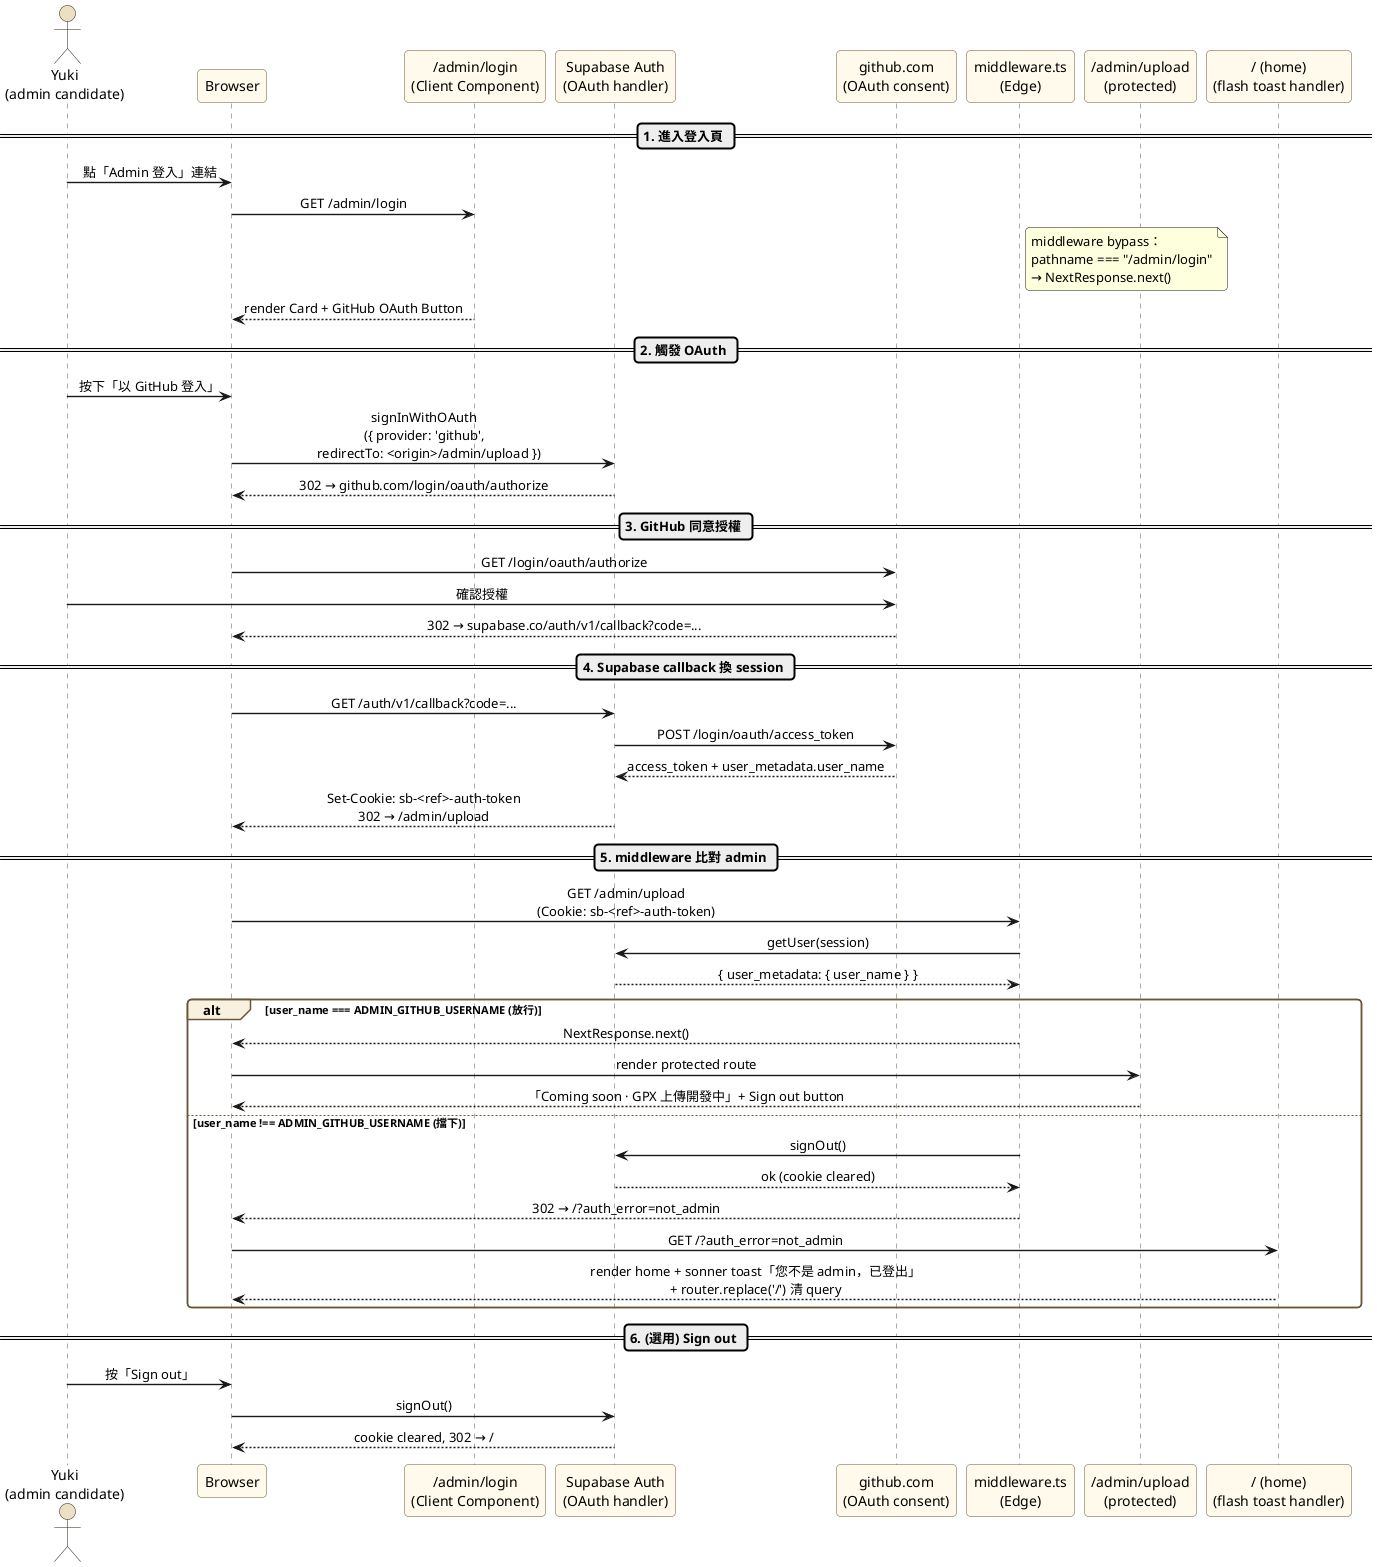
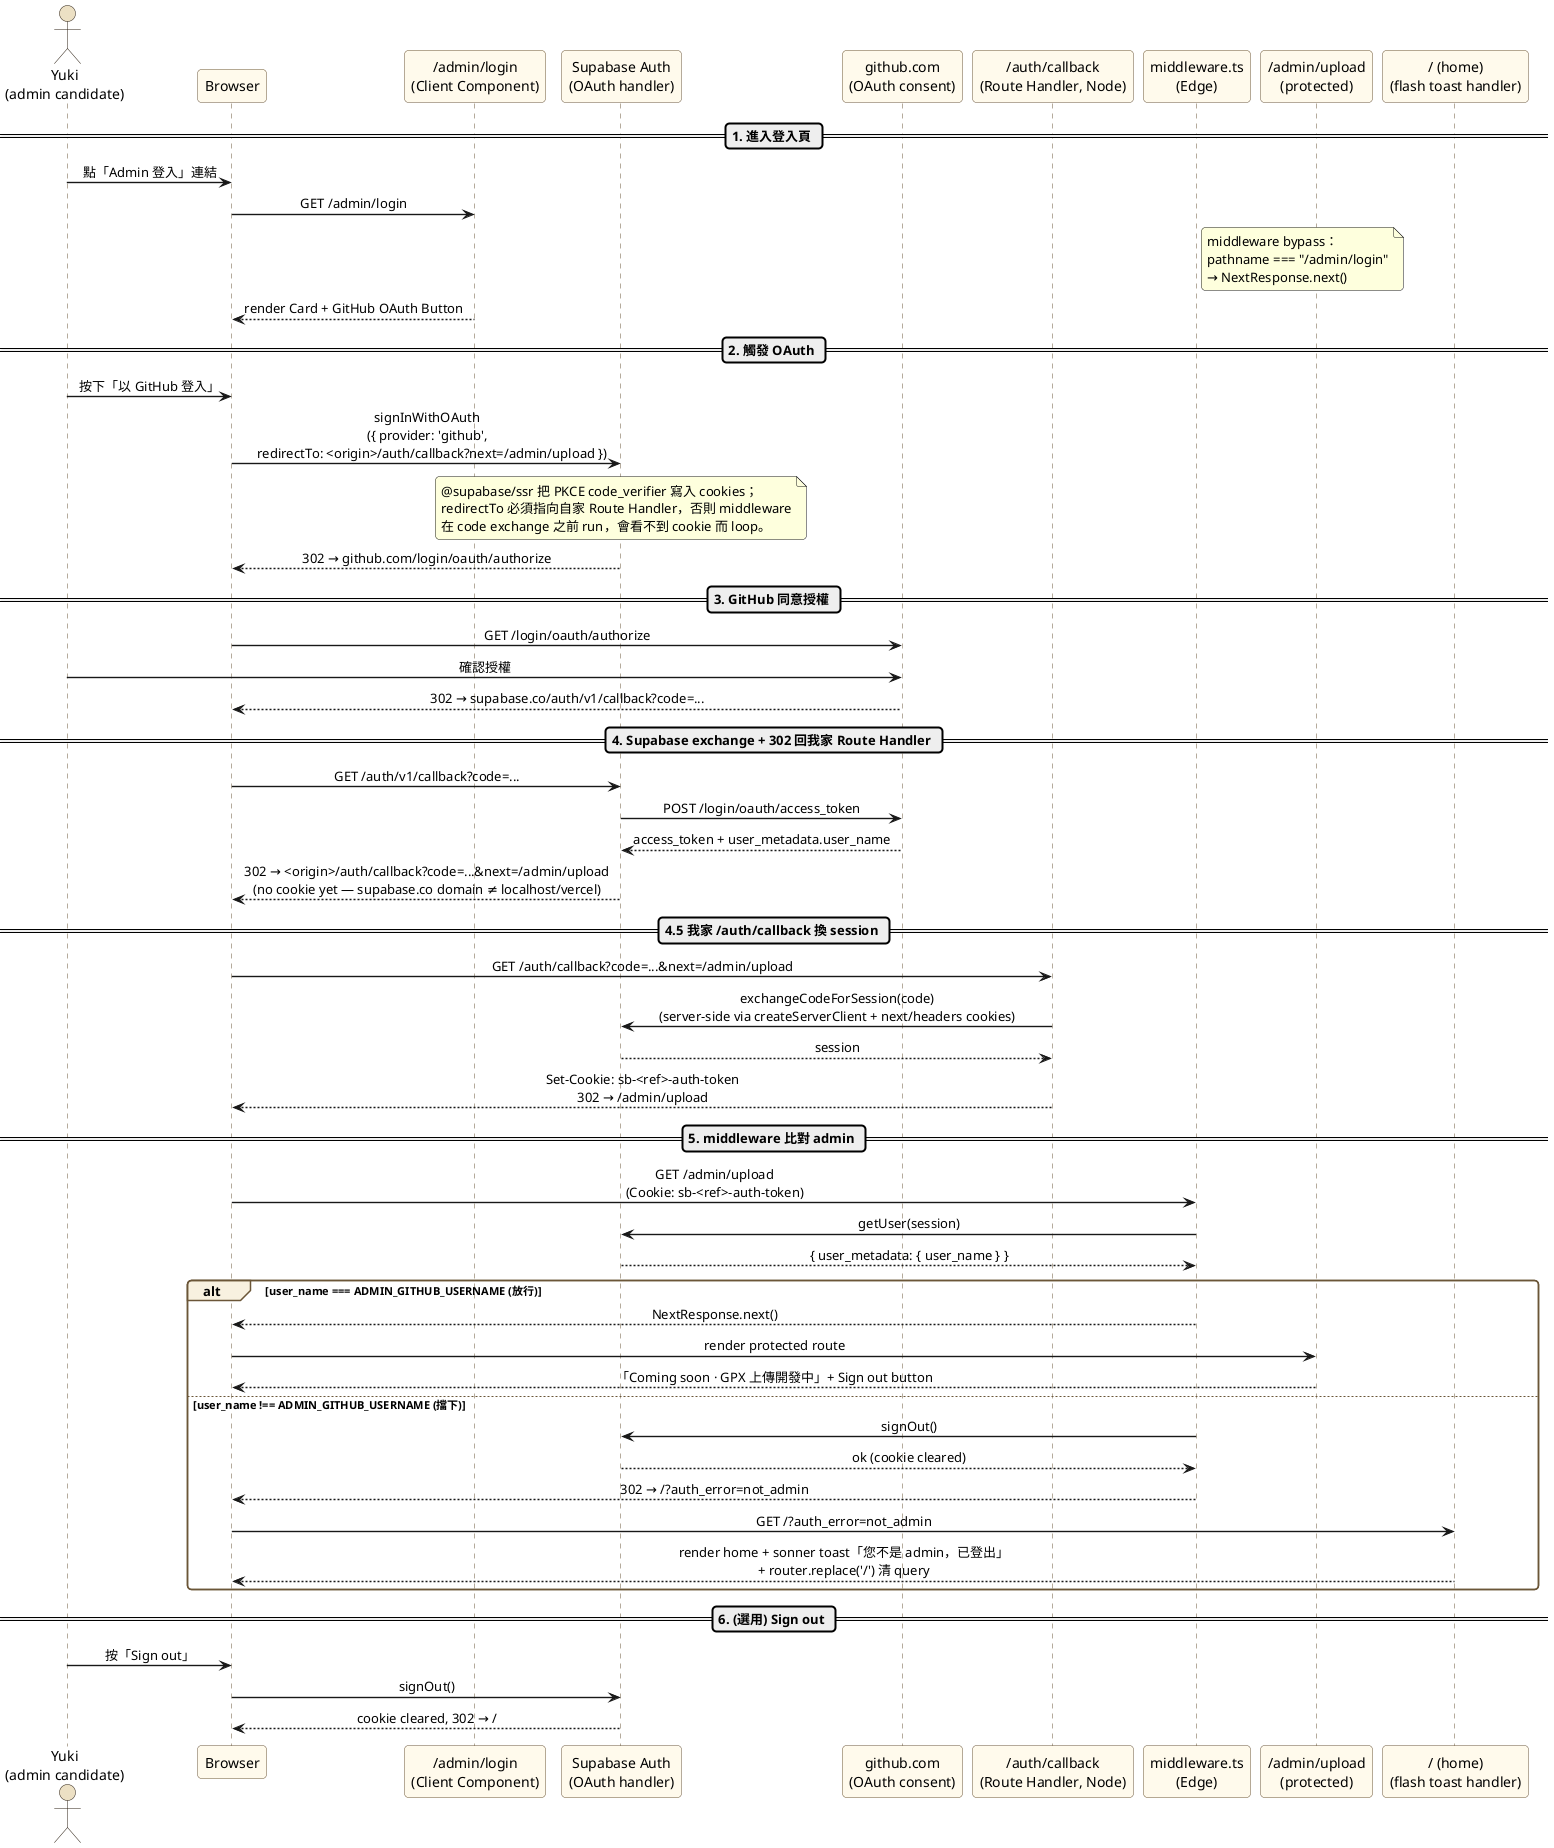
@startuml 01-sequence-admin-oauth-flow
' wave-c-supabase-rls-auth — Admin OAuth Flow (Sequence Diagram)
' Source of truth: openspec/changes/wave-c-supabase-rls-auth/design.md §4

skinparam shadowing false
skinparam roundCorner 8
skinparam defaultFontName "Sans-Serif"
skinparam sequenceMessageAlign center
skinparam sequenceArrowThickness 1.4

skinparam sequence {
  ParticipantBackgroundColor #FFFAEC
  ParticipantBorderColor     #6B5638
  ActorBackgroundColor       #ECE0C4
  ActorBorderColor           #2A1F12
  LifeLineBackgroundColor    #D9C9A4
  LifeLineBorderColor        #6B5638
  GroupBackgroundColor       #F8F1E0
  GroupBorderColor           #6B5638
}

actor "Yuki\n(admin candidate)" as user
participant "Browser" as browser
participant "/admin/login\n(Client Component)" as loginPage
participant "Supabase Auth\n(OAuth handler)" as supaAuth
participant "github.com\n(OAuth consent)" as github
+ participant "/auth/callback\n(Route Handler, Node)" as cb
participant "middleware.ts\n(Edge)" as mw
participant "/admin/upload\n(protected)" as uploadPage
participant "/ (home)\n(flash toast handler)" as home

== 1. 進入登入頁 ==
user -> browser: 點「Admin 登入」連結
browser -> loginPage: GET /admin/login
note right of mw
  middleware bypass：
  pathname === "/admin/login"
  → NextResponse.next()
end note
loginPage --> browser: render Card + GitHub OAuth Button

== 2. 觸發 OAuth ==
user -> browser: 按下「以 GitHub 登入」
- browser -> supaAuth: signInWithOAuth\n({ provider: 'github',\n   redirectTo: <origin>/admin/upload })
+ browser -> supaAuth: signInWithOAuth\n({ provider: 'github',\n   redirectTo: <origin>/auth/callback?next=/admin/upload })
+ note over supaAuth
+   @supabase/ssr 把 PKCE code_verifier 寫入 cookies；
+   redirectTo 必須指向自家 Route Handler，否則 middleware
+   在 code exchange 之前 run，會看不到 cookie 而 loop。
+ end note
supaAuth --> browser: 302 → github.com/login/oauth/authorize

== 3. GitHub 同意授權 ==
browser -> github: GET /login/oauth/authorize
user -> github: 確認授權
github --> browser: 302 → supabase.co/auth/v1/callback?code=...

- == 4. Supabase callback 換 session ==
+ == 4. Supabase exchange + 302 回我家 Route Handler ==
browser -> supaAuth: GET /auth/v1/callback?code=...
supaAuth -> github: POST /login/oauth/access_token
github --> supaAuth: access_token + user_metadata.user_name
- supaAuth --> browser: Set-Cookie: sb-<ref>-auth-token\n302 → /admin/upload
+ supaAuth --> browser: 302 → <origin>/auth/callback?code=...&next=/admin/upload\n(no cookie yet — supabase.co domain ≠ localhost/vercel)
+ 
+ == 4.5 我家 /auth/callback 換 session ==
+ browser -> cb: GET /auth/callback?code=...&next=/admin/upload
+ cb -> supaAuth: exchangeCodeForSession(code)\n(server-side via createServerClient + next/headers cookies)
+ supaAuth --> cb: session
+ cb --> browser: Set-Cookie: sb-<ref>-auth-token\n302 → /admin/upload

== 5. middleware 比對 admin ==
browser -> mw: GET /admin/upload\n(Cookie: sb-<ref>-auth-token)
mw -> supaAuth: getUser(session)
supaAuth --> mw: { user_metadata: { user_name } }

alt user_name === ADMIN_GITHUB_USERNAME (放行)
  mw --> browser: NextResponse.next()
  browser -> uploadPage: render protected route
  uploadPage --> browser: 「Coming soon · GPX 上傳開發中」+ Sign out button

else user_name !== ADMIN_GITHUB_USERNAME (擋下)
  mw -> supaAuth: signOut()
  supaAuth --> mw: ok (cookie cleared)
  mw --> browser: 302 → /?auth_error=not_admin
  browser -> home: GET /?auth_error=not_admin
  home --> browser: render home + sonner toast「您不是 admin，已登出」\n+ router.replace('/') 清 query
end

== 6. (選用) Sign out ==
user -> browser: 按「Sign out」
browser -> supaAuth: signOut()
supaAuth --> browser: cookie cleared, 302 → /

@enduml
